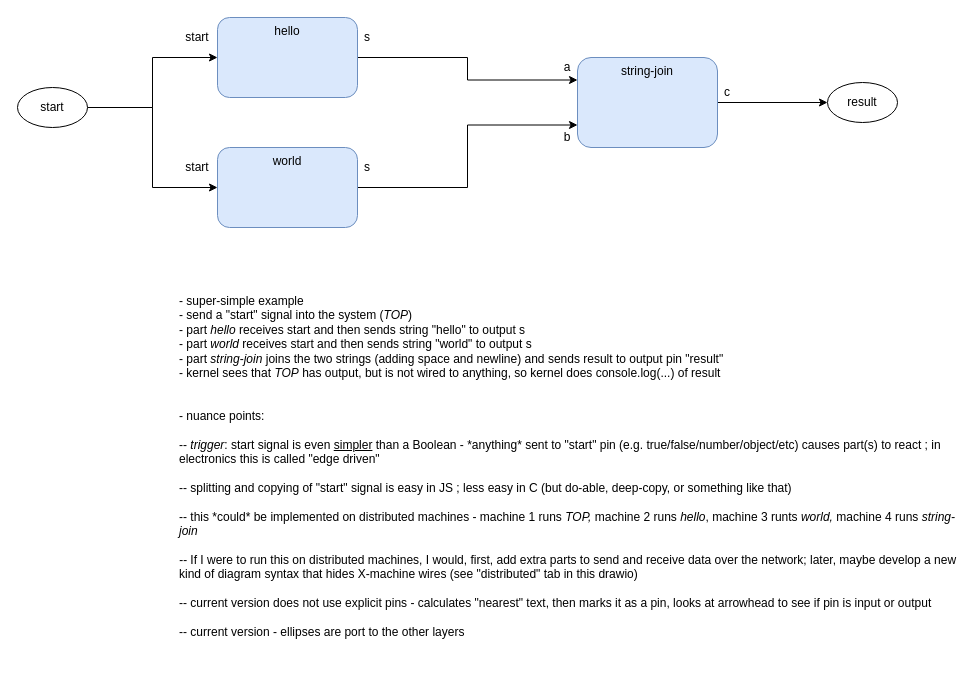
Above: page "TOP (internal)" (5 of 7) of doc/parts.drawio in bmfbp/arrowgrams (draw.io), before the change. Source tidied: cells renumbered, new cells numbered last; positions are measured from the earlier drawing's top-left corner, leaving out a move shared by most shapes. Both pictures are drawn from the tidied source at 100%, with x=0, y=0 at pixel (17, 17).
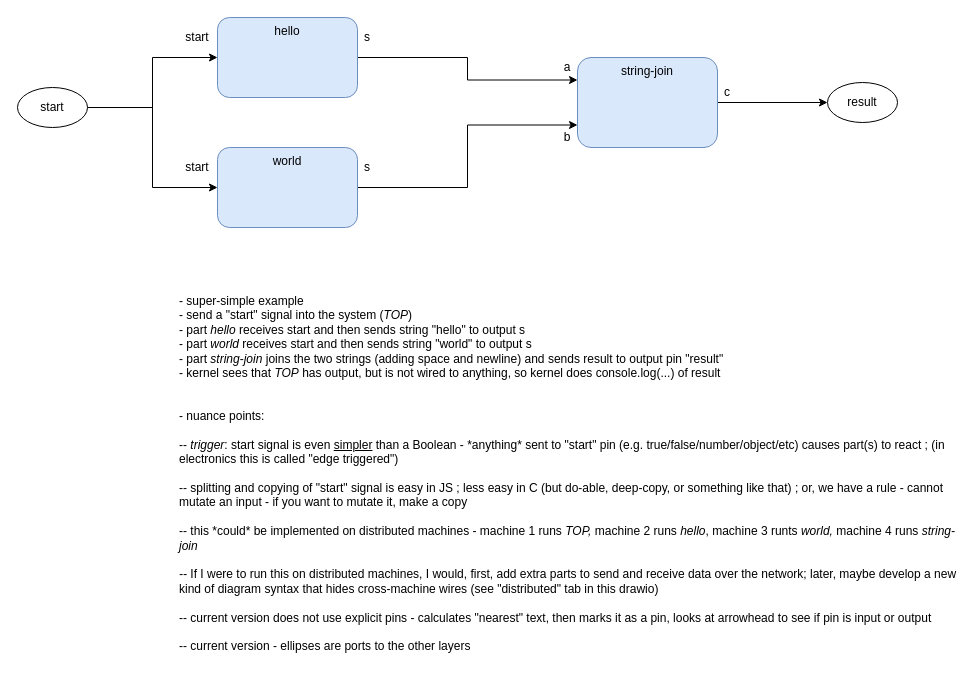
Above is the later version.

Diff of the diagram source:
```diff
@@
 <mxGraphModel>
   <root>
     <mxCell id="0" />
     <mxCell id="1" parent="0" />
     <mxCell id="2" style="edgeStyle=orthogonalEdgeStyle;rounded=0;jettySize=auto;html=1;entryX=0;entryY=0.25;entryDx=0;entryDy=0;" parent="1" edge="1" source="3" target="7">
       <mxGeometry relative="1" as="geometry" />
     </mxCell>
     <mxCell id="3" value="hello" style="rounded=1;whiteSpace=wrap;html=1;verticalAlign=top;fillColor=#dae8fc;strokeColor=#6c8ebf;" parent="1" vertex="1">
       <mxGeometry x="200" width="140" height="80" as="geometry" />
     </mxCell>
     <mxCell id="4" value="s" style="text;html=1;strokeColor=none;fillColor=none;align=center;verticalAlign=middle;whiteSpace=wrap;rounded=0;" parent="1" vertex="1">
       <mxGeometry x="340" y="10" width="20" height="20" as="geometry" />
     </mxCell>
     <mxCell id="5" value="start" style="text;html=1;strokeColor=none;fillColor=none;align=center;verticalAlign=middle;whiteSpace=wrap;rounded=0;" parent="1" vertex="1">
       <mxGeometry x="160" y="10" width="40" height="20" as="geometry" />
     </mxCell>
     <mxCell id="6" style="edgeStyle=orthogonalEdgeStyle;rounded=0;jettySize=auto;html=1;entryX=0;entryY=0.5;entryDx=0;entryDy=0;" parent="1" edge="1" source="7" target="11">
       <mxGeometry relative="1" as="geometry" />
     </mxCell>
     <mxCell id="7" value="string-join" style="rounded=1;whiteSpace=wrap;html=1;verticalAlign=top;fillColor=#dae8fc;strokeColor=#6c8ebf;" parent="1" vertex="1">
       <mxGeometry x="560" y="40" width="140" height="90" as="geometry" />
     </mxCell>
     <mxCell id="8" value="c" style="text;html=1;strokeColor=none;fillColor=none;align=center;verticalAlign=middle;whiteSpace=wrap;rounded=0;" parent="1" vertex="1">
       <mxGeometry x="700" y="65" width="20" height="20" as="geometry" />
     </mxCell>
     <mxCell id="9" value="a" style="text;html=1;strokeColor=none;fillColor=none;align=center;verticalAlign=middle;whiteSpace=wrap;rounded=0;" parent="1" vertex="1">
       <mxGeometry x="540" y="40" width="20" height="20" as="geometry" />
     </mxCell>
     <mxCell id="10" value="b" style="text;html=1;strokeColor=none;fillColor=none;align=center;verticalAlign=middle;whiteSpace=wrap;rounded=0;" parent="1" vertex="1">
       <mxGeometry x="540" y="110" width="20" height="20" as="geometry" />
     </mxCell>
     <mxCell id="11" value="result" style="ellipse;whiteSpace=wrap;html=1;" parent="1" vertex="1">
       <mxGeometry x="810" y="65" width="70" height="40" as="geometry" />
     </mxCell>
     <mxCell id="12" style="edgeStyle=orthogonalEdgeStyle;rounded=0;jettySize=auto;html=1;entryX=0;entryY=0.75;entryDx=0;entryDy=0;" parent="1" edge="1" source="13" target="7">
       <mxGeometry relative="1" as="geometry" />
     </mxCell>
     <mxCell id="13" value="world" style="rounded=1;whiteSpace=wrap;html=1;verticalAlign=top;fillColor=#dae8fc;strokeColor=#6c8ebf;" parent="1" vertex="1">
       <mxGeometry x="200" y="130" width="140" height="80" as="geometry" />
     </mxCell>
     <mxCell id="14" value="s" style="text;html=1;strokeColor=none;fillColor=none;align=center;verticalAlign=middle;whiteSpace=wrap;rounded=0;" parent="1" vertex="1">
       <mxGeometry x="340" y="140" width="20" height="20" as="geometry" />
     </mxCell>
     <mxCell id="15" value="start" style="text;html=1;strokeColor=none;fillColor=none;align=center;verticalAlign=middle;whiteSpace=wrap;rounded=0;" parent="1" vertex="1">
       <mxGeometry x="160" y="140" width="40" height="20" as="geometry" />
     </mxCell>
     <mxCell id="16" style="edgeStyle=orthogonalEdgeStyle;rounded=0;jettySize=auto;html=1;exitX=1;exitY=0.5;exitDx=0;exitDy=0;entryX=0;entryY=0.5;entryDx=0;entryDy=0;" parent="1" edge="1" source="18" target="3">
       <mxGeometry relative="1" as="geometry" />
     </mxCell>
     <mxCell id="17" style="edgeStyle=orthogonalEdgeStyle;rounded=0;jettySize=auto;html=1;entryX=0;entryY=0.5;entryDx=0;entryDy=0;" parent="1" edge="1" source="18" target="13">
       <mxGeometry relative="1" as="geometry" />
     </mxCell>
     <mxCell id="18" value="start" style="ellipse;whiteSpace=wrap;html=1;" parent="1" vertex="1">
       <mxGeometry y="70" width="70" height="40" as="geometry" />
     </mxCell>
-    <mxCell id="19" value="- super-simple example&lt;br&gt;- send a &quot;start&quot; signal into the system (&lt;i&gt;TOP&lt;/i&gt;)&lt;br&gt;- part &lt;i&gt;hello&lt;/i&gt; receives start and then sends string &quot;hello&quot; to output s&lt;br&gt;- part &lt;i&gt;world&lt;/i&gt; receives start and then sends string &quot;world&quot; to output s&lt;br&gt;- part &lt;i&gt;string&lt;/i&gt;-&lt;i&gt;join&lt;/i&gt; joins the two strings (adding space and newline) and sends result to output pin &quot;result&quot;&lt;br&gt;- kernel sees that &lt;i&gt;TOP&lt;/i&gt; has output, but is not wired to anything, so kernel does console.log(...) of result&lt;br&gt;&lt;br&gt;&lt;br&gt;- nuance points:&lt;br&gt;&lt;br&gt;-- &lt;i&gt;trigger&lt;/i&gt;: start signal is even &lt;u&gt;simpler&lt;/u&gt; than a Boolean - *anything* sent to &quot;start&quot; pin (e.g. true/false/number/object/etc) causes part(s) to react ; in electronics this is called &quot;edge driven&quot;&lt;br&gt;&lt;br&gt;-- splitting and copying of &quot;start&quot; signal is easy in JS ; less easy in C (but do-able, deep-copy, or something like that)&lt;br&gt;&lt;br&gt;-- this *could* be implemented on distributed machines - machine 1 runs &lt;i&gt;TOP, &lt;/i&gt;machine 2 runs &lt;i&gt;hello&lt;/i&gt;, machine 3 runts &lt;i&gt;world, &lt;/i&gt;machine 4 runs &lt;i&gt;string-join&lt;br&gt;&lt;br&gt;-- &lt;/i&gt;If I were to run this on distributed machines, I would, first, add extra parts to send and receive data over the network; later, maybe develop a new kind of diagram syntax that hides X-machine wires (see &quot;distributed&quot; tab in this drawio)&lt;br&gt;&lt;br&gt;-- current version does not use explicit pins - calculates &quot;nearest&quot; text, then marks it as a pin, looks at arrowhead to see if pin is input or output&lt;br&gt;&lt;br&gt;-- current version - ellipses are port to the other layers" style="text;html=1;strokeColor=none;fillColor=none;align=left;verticalAlign=top;whiteSpace=wrap;rounded=0;" parent="1" vertex="1">
+    <mxCell id="19" value="- super-simple example&lt;br&gt;- send a &quot;start&quot; signal into the system (&lt;i&gt;TOP&lt;/i&gt;)&lt;br&gt;- part &lt;i&gt;hello&lt;/i&gt; receives start and then sends string &quot;hello&quot; to output s&lt;br&gt;- part &lt;i&gt;world&lt;/i&gt; receives start and then sends string &quot;world&quot; to output s&lt;br&gt;- part &lt;i&gt;string&lt;/i&gt;-&lt;i&gt;join&lt;/i&gt; joins the two strings (adding space and newline) and sends result to output pin &quot;result&quot;&lt;br&gt;- kernel sees that &lt;i&gt;TOP&lt;/i&gt; has output, but is not wired to anything, so kernel does console.log(...) of result&lt;br&gt;&lt;br&gt;&lt;br&gt;- nuance points:&lt;br&gt;&lt;br&gt;-- &lt;i&gt;trigger&lt;/i&gt;: start signal is even &lt;u&gt;simpler&lt;/u&gt; than a Boolean - *anything* sent to &quot;start&quot; pin (e.g. true/false/number/object/etc) causes part(s) to react ; (in electronics this is called &quot;edge triggered&quot;)&lt;br&gt;&lt;br&gt;-- splitting and copying of &quot;start&quot; signal is easy in JS ; less easy in C (but do-able, deep-copy, or something like that) ; or, we have a rule - cannot mutate an input - if you want to mutate it, make a copy&lt;br&gt;&lt;br&gt;-- this *could* be implemented on distributed machines - machine 1 runs &lt;i&gt;TOP, &lt;/i&gt;machine 2 runs &lt;i&gt;hello&lt;/i&gt;, machine 3 runts &lt;i&gt;world, &lt;/i&gt;machine 4 runs &lt;i&gt;string-join&lt;br&gt;&lt;br&gt;-- &lt;/i&gt;If I were to run this on distributed machines, I would, first, add extra parts to send and receive data over the network; later, maybe develop a new kind of diagram syntax that hides cross-machine wires (see &quot;distributed&quot; tab in this drawio)&lt;br&gt;&lt;br&gt;-- current version does not use explicit pins - calculates &quot;nearest&quot; text, then marks it as a pin, looks at arrowhead to see if pin is input or output&lt;br&gt;&lt;br&gt;-- current version - ellipses are ports to the other layers" style="text;html=1;strokeColor=none;fillColor=none;align=left;verticalAlign=top;whiteSpace=wrap;rounded=0;" parent="1" vertex="1">
       <mxGeometry x="160" y="270" width="780" height="370" as="geometry" />
     </mxCell>
   </root>
 </mxGraphModel>
```
